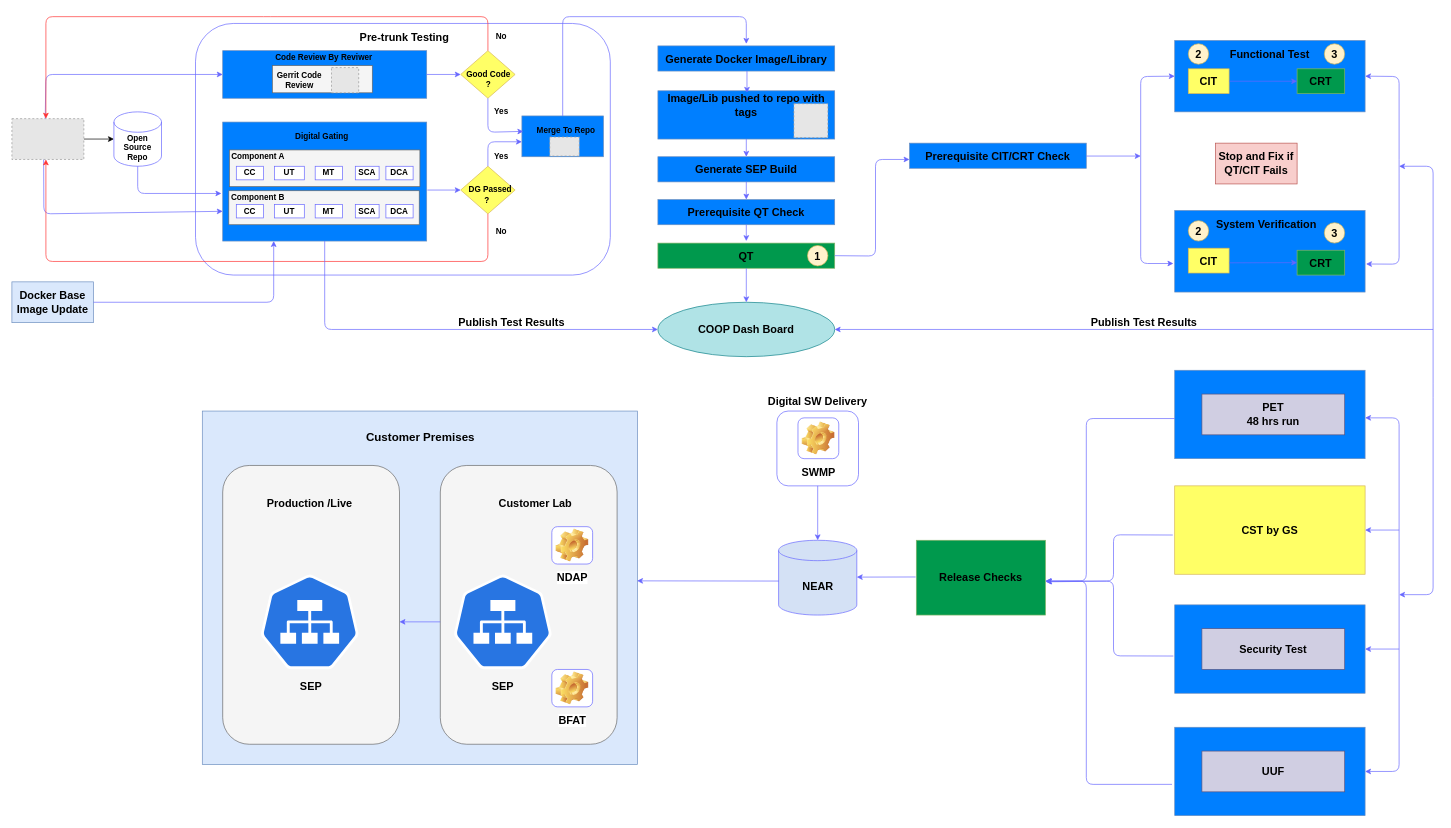
This is Untitled Diagram.drawio from maninokia/log, a draw.io file, before an edit. Source tidied: cells renumbered, new cells numbered last; positions are measured from the earlier drawing's top-left corner, leaving out a move shared by most shapes. Both pictures are drawn from the tidied source at 68%, with x=0, y=0 at pixel (12, 16). Pictures stored in the file or linked from it are replaced by grey dashed boxes.
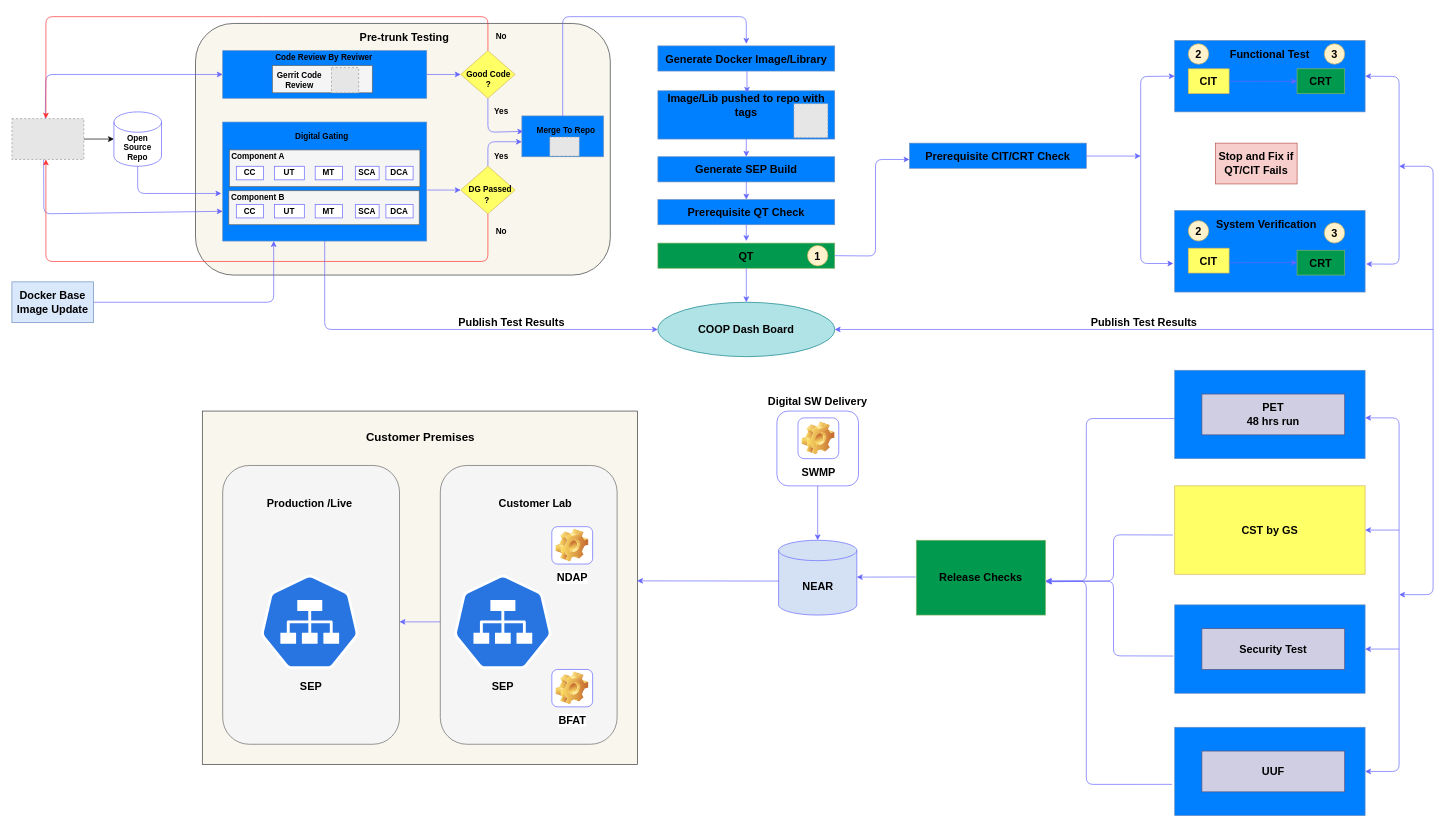
The same diagram, later.

Change to the diagram source:
```diff
@@
-    <mxCell id="5" style="rounded=1;whiteSpace=wrap;html=1;strokeColor=#6666FF;fontStyle=1;" parent="1" vertex="1">
+    <mxCell id="5" style="rounded=1;whiteSpace=wrap;html=1;strokeColor=#36393d;fontStyle=1;fillColor=#f9f7ed;" parent="1" vertex="1">
       <mxGeometry x="270" y="10" width="610" height="370" as="geometry" />
     </mxCell>
@@
-    <mxCell id="105" style="rounded=0;whiteSpace=wrap;html=1;fontSize=16;strokeColor=#6c8ebf;fillColor=#dae8fc;fontStyle=1;" parent="1" vertex="1">
+    <mxCell id="105" style="rounded=0;whiteSpace=wrap;html=1;fontSize=16;strokeColor=#36393d;fillColor=#f9f7ed;fontStyle=1;" parent="1" vertex="1">
       <mxGeometry x="280" y="580" width="640" height="520" as="geometry" />
     </mxCell>
```
